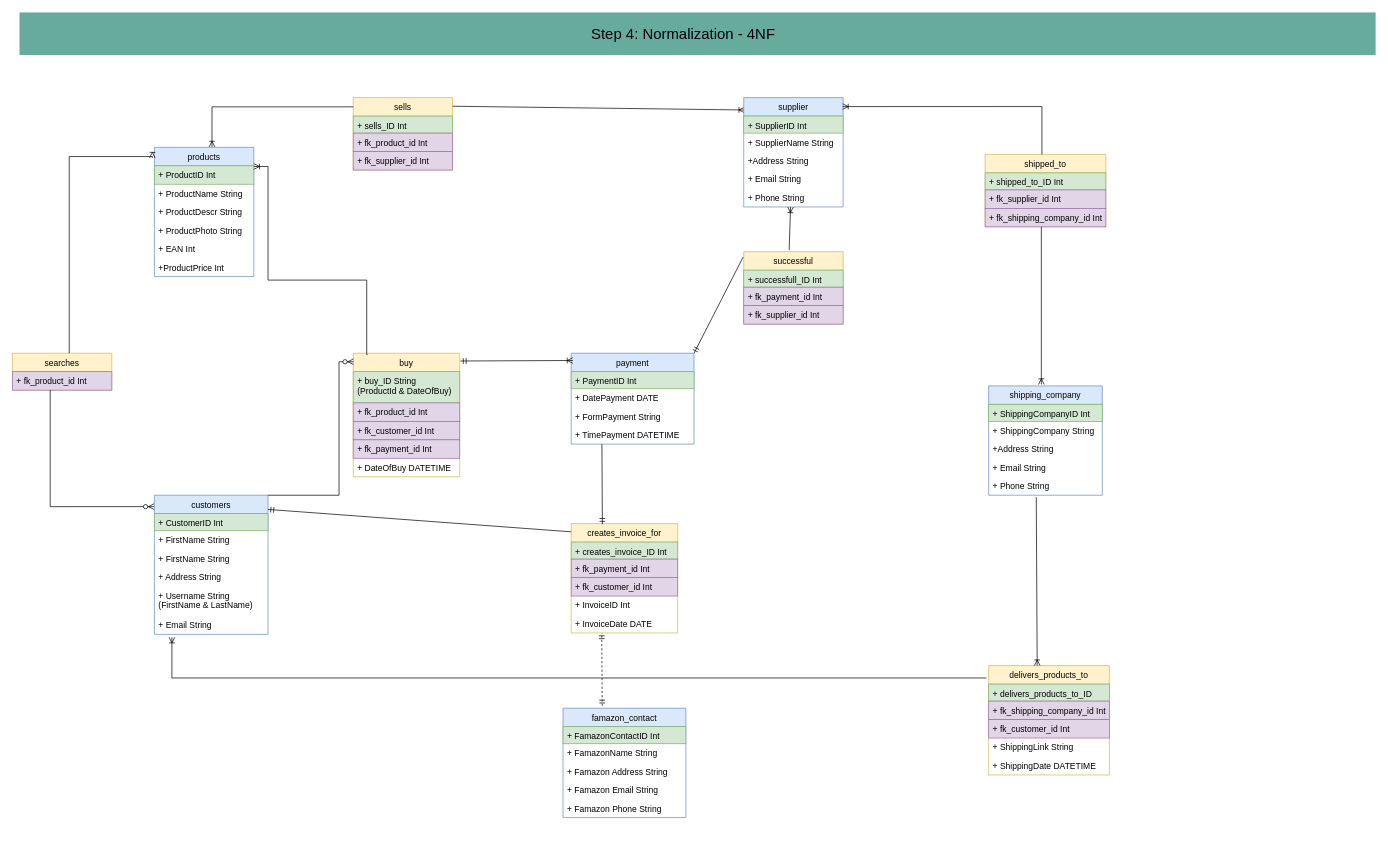
Earlier version of the draw.io diagram diagrammes/CR_4NF_diagramme.drawio (nat-oku/FE21-CR9-Natalia). Source tidied: cells renumbered, new cells numbered last; positions are measured from the earlier drawing's top-left corner, leaving out a move shared by most shapes. Both pictures are drawn from the tidied source at 71%, with x=0, y=0 at pixel (12, 12).
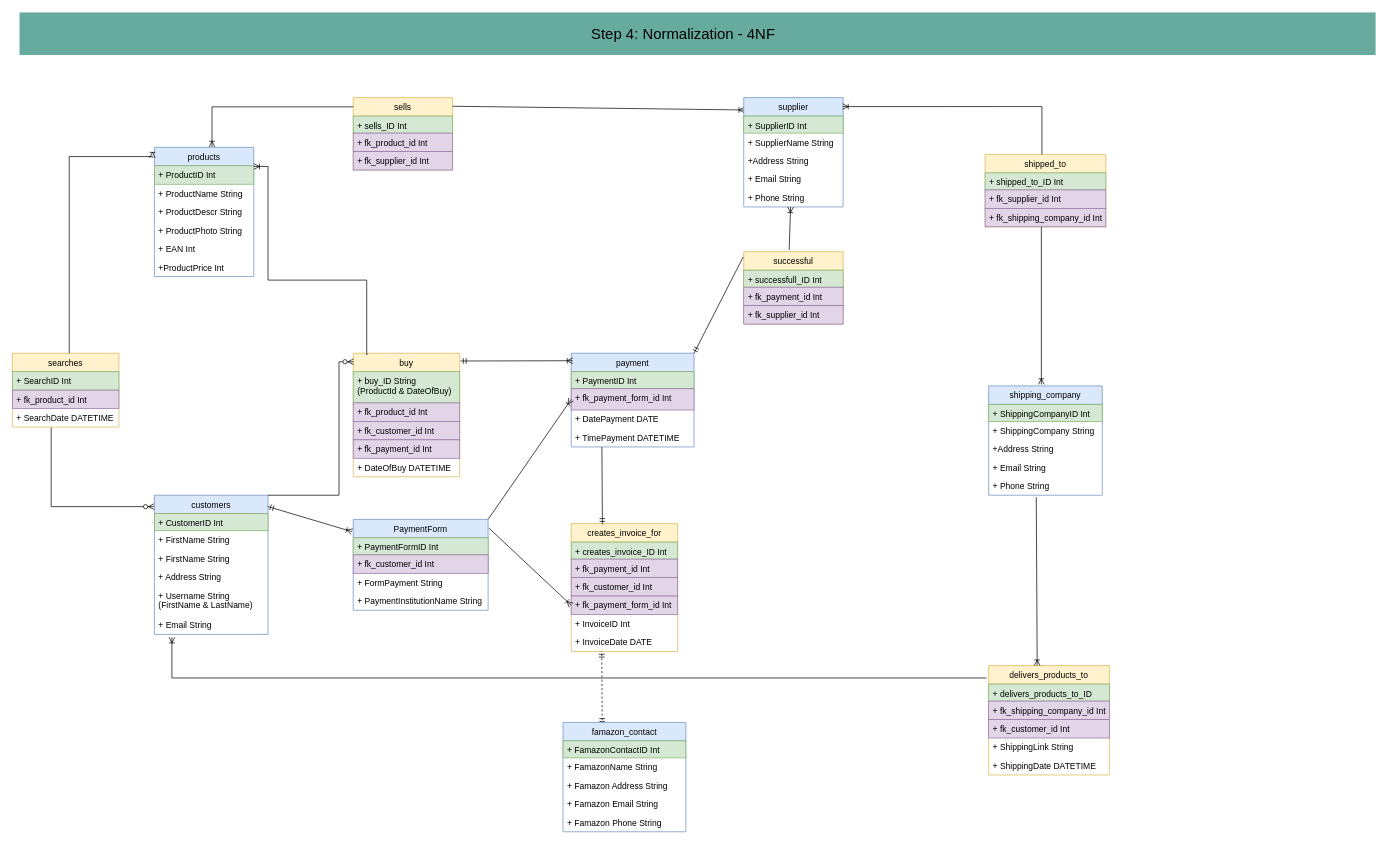
The same page after the edit.

The change refers to these unchanged cells:
```xml
<mxCell id="19" value="customers" style="swimlane;fontStyle=0;horizontal=1;startSize=26;fillColor=#dae8fc;strokeColor=#6c8ebf;" parent="1" vertex="1">
  <mxGeometry x="200" y="680" width="160" height="196" as="geometry" />
</mxCell>
```

Change to the diagram source:
```diff
@@
     <mxCell id="11" value="searches" style="swimlane;fontStyle=0;horizontal=1;startSize=26;fillColor=#fff2cc;strokeColor=#d6b656;" parent="1" vertex="1">
-      <mxGeometry y="480" width="140" height="52" as="geometry" />
+      <mxGeometry y="480" width="150" height="104" as="geometry" />
     </mxCell>
+    <mxCell id="89" value="+ SearchID Int" style="text;align=left;verticalAlign=top;spacingLeft=4;spacingRight=4;overflow=hidden;fillColor=#d5e8d4;strokeColor=#82b366;" parent="11" vertex="1">
+      <mxGeometry y="26" width="150" height="26" as="geometry" />
+    </mxCell>
     <mxCell id="12" value="+ fk_product_id Int" style="text;align=left;verticalAlign=top;spacingLeft=4;spacingRight=4;overflow=hidden;points=[[0,0.5],[1,0.5]];portConstraint=eastwest;fillColor=#e1d5e7;strokeColor=#9673a6;" parent="11" vertex="1">
-      <mxGeometry y="26" width="140" height="26" as="geometry" />
+      <mxGeometry y="52" width="150" height="26" as="geometry" />
     </mxCell>
+    <mxCell id="90" value="+ SearchDate DATETIME" style="text;align=left;verticalAlign=top;spacingLeft=4;spacingRight=4;overflow=hidden;points=[[0,0.5],[1,0.5]];portConstraint=eastwest;" parent="11" vertex="1">
+      <mxGeometry y="78" width="150" height="26" as="geometry" />
+    </mxCell>
@@
-    <mxCell id="26" style="fontSize=12;html=1;endArrow=ERzeroToMany;endFill=1;exitX=0.38;exitY=0.992;exitDx=0;exitDy=0;rounded=0;exitPerimeter=0;entryX=-0.003;entryY=0.082;entryDx=0;entryDy=0;entryPerimeter=0;edgeStyle=orthogonalEdgeStyle;" parent="1" edge="1" source="12" target="19">
+    <mxCell id="26" style="fontSize=12;html=1;endArrow=ERzeroToMany;endFill=1;exitX=0.364;exitY=1.029;exitDx=0;exitDy=0;rounded=0;exitPerimeter=0;entryX=-0.003;entryY=0.082;entryDx=0;entryDy=0;entryPerimeter=0;edgeStyle=orthogonalEdgeStyle;" parent="1" edge="1" source="90" target="19">
       <mxGeometry relative="1" as="geometry" />
     </mxCell>
@@
     <mxCell id="45" value="payment" style="swimlane;fontStyle=0;horizontal=1;startSize=26;fillColor=#dae8fc;strokeColor=#6c8ebf;" parent="1" vertex="1">
-      <mxGeometry x="787" y="480" width="173" height="128" as="geometry" />
+      <mxGeometry x="787" y="480" width="173" height="132" as="geometry" />
     </mxCell>
@@
-    <mxCell id="47" value="+ DatePayment DATE" style="text;align=left;verticalAlign=top;spacingLeft=4;spacingRight=4;overflow=hidden;points=[[0,0.5],[1,0.5]];portConstraint=eastwest;" parent="45" vertex="1">
-      <mxGeometry y="50" width="173" height="26" as="geometry" />
+    <mxCell id="47" value="+ fk_payment_form_id Int" style="text;align=left;verticalAlign=top;spacingLeft=4;spacingRight=4;overflow=hidden;points=[[0,0.5],[1,0.5]];portConstraint=eastwest;fillColor=#e1d5e7;strokeColor=#9673a6;" parent="45" vertex="1">
+      <mxGeometry y="50" width="173" height="30" as="geometry" />
     </mxCell>
-    <mxCell id="48" value="+ FormPayment String" style="text;align=left;verticalAlign=top;spacingLeft=4;spacingRight=4;overflow=hidden;" parent="45" vertex="1">
-      <mxGeometry y="76" width="173" height="26" as="geometry" />
-    </mxCell>
+    <mxCell id="91" value="+ DatePayment DATE" style="text;align=left;verticalAlign=top;spacingLeft=4;spacingRight=4;overflow=hidden;" parent="45" vertex="1">
+      <mxGeometry y="80" width="173" height="26" as="geometry" />
+    </mxCell>
     <mxCell id="49" value="+ TimePayment DATETIME" style="text;align=left;verticalAlign=top;spacingLeft=4;spacingRight=4;overflow=hidden;points=[[0,0.5],[1,0.5]];portConstraint=eastwest;" parent="45" vertex="1">
-      <mxGeometry y="102" width="173" height="26" as="geometry" />
+      <mxGeometry y="106" width="173" height="26" as="geometry" />
     </mxCell>
@@
     <mxCell id="54" value="creates_invoice_for" style="swimlane;fontStyle=0;horizontal=1;startSize=26;fillColor=#fff2cc;strokeColor=#d6b656;" parent="1" vertex="1">
-      <mxGeometry x="787" y="720" width="150" height="154" as="geometry" />
+      <mxGeometry x="787" y="720" width="150" height="180" as="geometry" />
     </mxCell>
@@
+    <mxCell id="92" value="+ fk_payment_form_id Int" style="text;align=left;verticalAlign=top;spacingLeft=4;spacingRight=4;overflow=hidden;points=[[0,0.5],[1,0.5]];portConstraint=eastwest;fillColor=#e1d5e7;strokeColor=#9673a6;" parent="54" vertex="1">
+      <mxGeometry y="102" width="150" height="26" as="geometry" />
+    </mxCell>
     <mxCell id="58" value="+ InvoiceID Int" style="text;align=left;verticalAlign=top;spacingLeft=4;spacingRight=4;overflow=hidden;" parent="54" vertex="1">
-      <mxGeometry y="102" width="150" height="26" as="geometry" />
+      <mxGeometry y="128" width="150" height="26" as="geometry" />
     </mxCell>
     <mxCell id="59" value="+ InvoiceDate DATE" style="text;align=left;verticalAlign=top;spacingLeft=4;spacingRight=4;overflow=hidden;" parent="54" vertex="1">
-      <mxGeometry y="128" width="150" height="26" as="geometry" />
+      <mxGeometry y="154" width="150" height="26" as="geometry" />
     </mxCell>
@@
     <mxCell id="61" style="fontSize=12;html=1;endArrow=ERmandOne;startArrow=ERmandOne;strokeColor=#000000;entryX=0.25;entryY=1.006;entryDx=0;entryDy=0;entryPerimeter=0;exitX=0.293;exitY=0.005;exitDx=0;exitDy=0;exitPerimeter=0;endFill=0;dashed=1;" parent="1" edge="1">
       <mxGeometry relative="1" as="geometry">
-        <mxPoint x="830.7" y="976.6" as="sourcePoint" />
-        <mxPoint x="830" y="874" as="targetPoint" />
+        <mxPoint x="830.7" y="1002.6" as="sourcePoint" />
+        <mxPoint x="830" y="900" as="targetPoint" />
       </mxGeometry>
     </mxCell>
     <mxCell id="62" value="famazon_contact" style="swimlane;fontStyle=0;horizontal=1;startSize=26;fillColor=#dae8fc;strokeColor=#6c8ebf;" parent="1" vertex="1">
-      <mxGeometry x="775.5" y="980" width="173" height="154" as="geometry" />
+      <mxGeometry x="775.5" y="1000" width="173" height="154" as="geometry" />
     </mxCell>
@@
-    <mxCell id="68" style="fontSize=12;html=1;endArrow=none;startArrow=ERmandOne;strokeColor=#000000;entryX=0;entryY=0.075;entryDx=0;entryDy=0;entryPerimeter=0;endFill=0;" parent="1" edge="1" target="54">
-      <mxGeometry relative="1" as="geometry">
-        <mxPoint x="360" y="700" as="sourcePoint" />
-      </mxGeometry>
-    </mxCell>
@@
+    <mxCell id="93" value="PaymentForm" style="swimlane;fontStyle=0;horizontal=1;startSize=26;fillColor=#dae8fc;strokeColor=#6c8ebf;" parent="1" vertex="1">
+      <mxGeometry x="480" y="714" width="190" height="128" as="geometry" />
+    </mxCell>
+    <mxCell id="94" value="+ PaymentFormID Int" style="text;align=left;verticalAlign=top;spacingLeft=4;spacingRight=4;overflow=hidden;fillColor=#d5e8d4;strokeColor=#82b366;" parent="93" vertex="1">
+      <mxGeometry y="26" width="190" height="24" as="geometry" />
+    </mxCell>
+    <mxCell id="95" value="+ fk_customer_id Int" style="text;align=left;verticalAlign=top;spacingLeft=4;spacingRight=4;overflow=hidden;fillColor=#e1d5e7;strokeColor=#9673a6;" parent="93" vertex="1">
+      <mxGeometry y="50" width="190" height="26" as="geometry" />
+    </mxCell>
+    <mxCell id="48" value="+ FormPayment String" style="text;align=left;verticalAlign=top;spacingLeft=4;spacingRight=4;overflow=hidden;" parent="93" vertex="1">
+      <mxGeometry y="76" width="190" height="26" as="geometry" />
+    </mxCell>
+    <mxCell id="96" value="+ PaymentInstitutionName String" style="text;align=left;verticalAlign=top;spacingLeft=4;spacingRight=4;overflow=hidden;" parent="93" vertex="1">
+      <mxGeometry y="102" width="190" height="26" as="geometry" />
+    </mxCell>
+    <mxCell id="97" style="fontSize=12;html=1;endArrow=ERoneToMany;startArrow=ERmandOne;startFill=0;endFill=0;entryX=-0.009;entryY=0.135;entryDx=0;entryDy=0;entryPerimeter=0;exitX=0.998;exitY=0.081;exitDx=0;exitDy=0;exitPerimeter=0;" parent="1" edge="1" source="19" target="93">
+      <mxGeometry relative="1" as="geometry" />
+    </mxCell>
+    <mxCell id="98" style="fontSize=12;html=1;endArrow=ERoneToMany;startArrow=none;startFill=0;endFill=0;exitX=1;exitY=0;exitDx=0;exitDy=0;entryX=0;entryY=0.5;entryDx=0;entryDy=0;" parent="1" edge="1" source="93" target="47">
+      <mxGeometry relative="1" as="geometry" />
+    </mxCell>
+    <mxCell id="99" style="fontSize=12;html=1;endArrow=ERoneToMany;startArrow=none;startFill=0;endFill=0;entryX=0;entryY=0.5;entryDx=0;entryDy=0;exitX=1.005;exitY=0.095;exitDx=0;exitDy=0;exitPerimeter=0;" parent="1" edge="1" source="93" target="92">
+      <mxGeometry relative="1" as="geometry" />
+    </mxCell>
```
